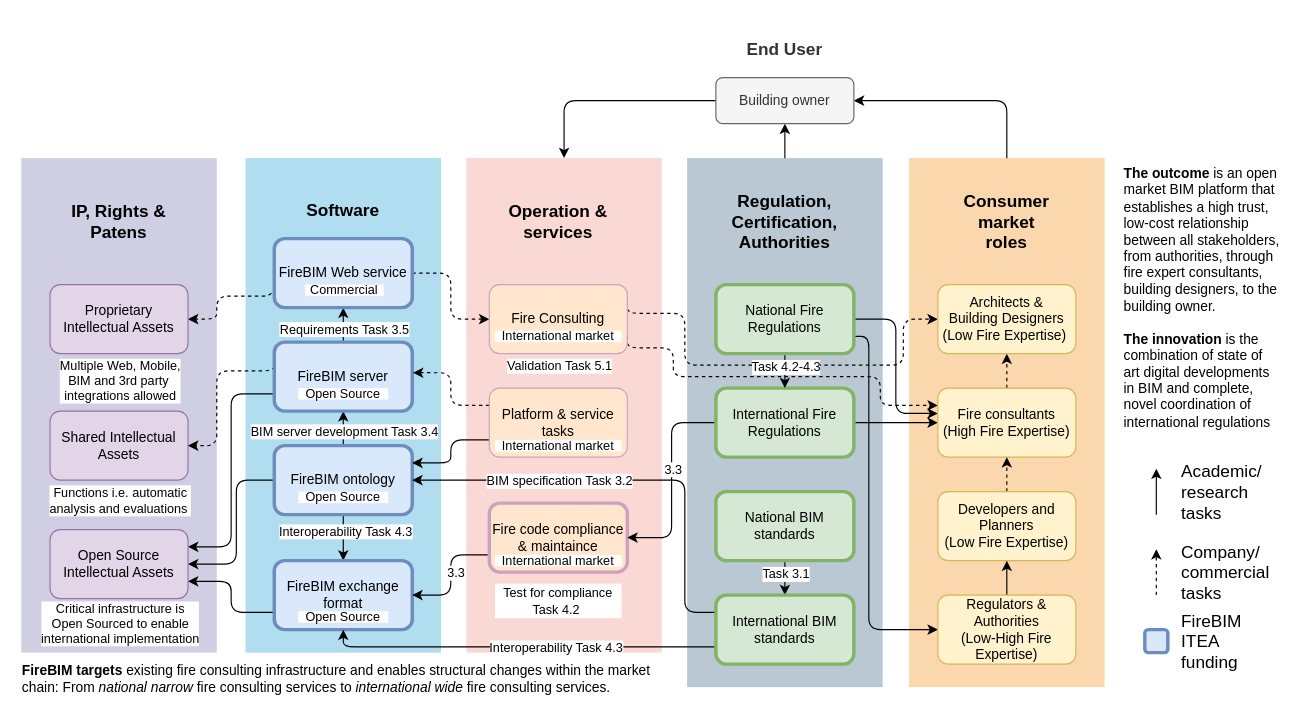
Before: diagram/FireBIM Market Value Chain Lite.drawio in Kristoffernegendahl/fireBIM, a draw.io diagram. Source tidied: cells renumbered, new cells numbered last; positions are measured from the earlier drawing's top-left corner, leaving out a move shared by most shapes. Both pictures are drawn from the tidied source at 115%, with x=0, y=0 at pixel (20, 20).
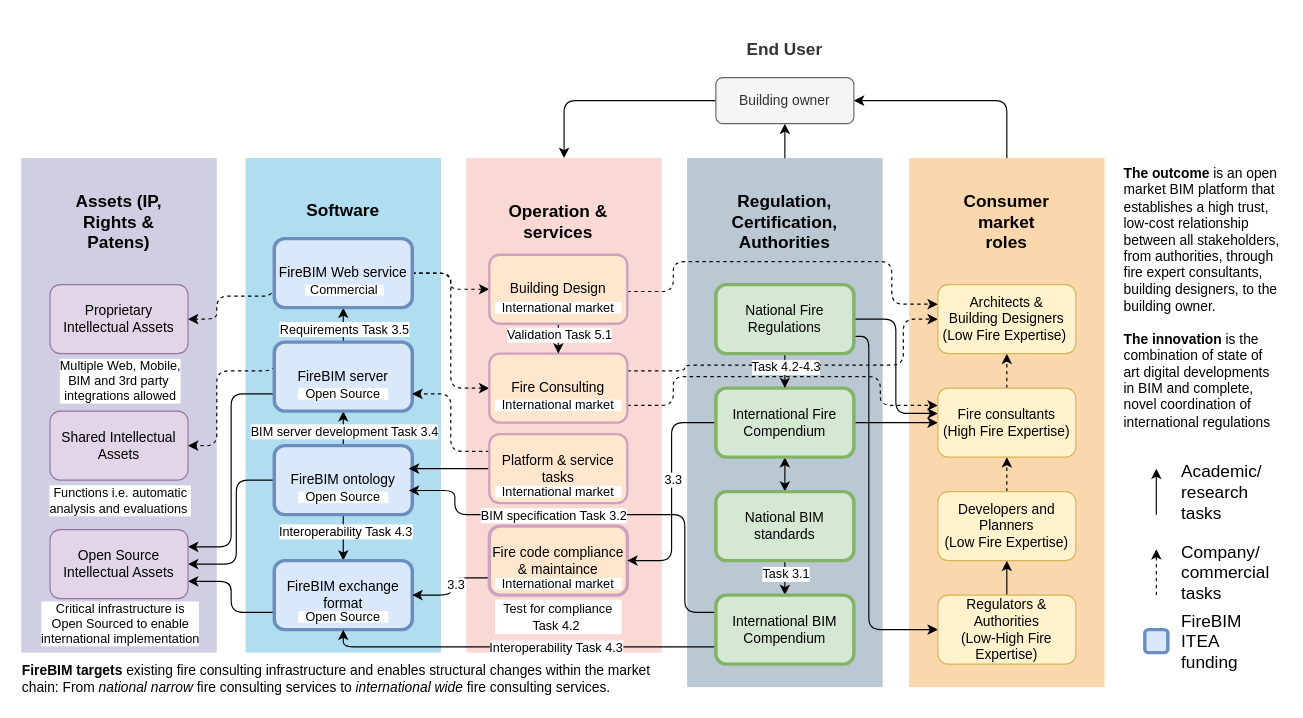
Above is the later version.

The change refers to these unchanged cells:
```xml
<mxCell id="13" value="FireBIM ontology" style="rounded=1;whiteSpace=wrap;html=1;fillColor=#dae8fc;strokeColor=#6c8ebf;strokeWidth=3;" parent="1" vertex="1">
  <mxGeometry x="221" y="370" width="120" height="60" as="geometry" />
</mxCell>
<mxCell id="20" value="FireBIM server" style="rounded=1;whiteSpace=wrap;html=1;fillColor=#dae8fc;strokeColor=#6c8ebf;strokeWidth=3;" parent="1" vertex="1">
  <mxGeometry x="221" y="280" width="120" height="60" as="geometry" />
</mxCell>
<mxCell id="23" value="FireBIM Web service" style="rounded=1;whiteSpace=wrap;html=1;fillColor=#dae8fc;strokeColor=#6c8ebf;strokeWidth=3;" parent="1" vertex="1">
  <mxGeometry x="221" y="190" width="120" height="60" as="geometry" />
</mxCell>
<mxCell id="31" style="edgeStyle=orthogonalEdgeStyle;rounded=1;jettySize=auto;html=1;exitX=0;exitY=0.75;exitDx=0;exitDy=0;entryX=1;entryY=0.5;entryDx=0;entryDy=0;jumpStyle=none;" parent="1" edge="1" source="33" target="15">
  <mxGeometry relative="1" as="geometry" />
</mxCell>
<mxCell id="46" value="National BIM standards" style="rounded=1;whiteSpace=wrap;html=1;fillColor=#d5e8d4;strokeColor=#82b366;strokeWidth=3;" parent="1" vertex="1">
  <mxGeometry x="605" y="410" width="120" height="60" as="geometry" />
</mxCell>
<mxCell id="60" value="Fire consultants&lt;br&gt;(High Fire&amp;nbsp;Expertise)" style="rounded=1;whiteSpace=wrap;html=1;fillColor=#fff2cc;strokeColor=#d6b656;" parent="1" vertex="1">
  <mxGeometry x="798" y="320" width="120" height="60" as="geometry" />
</mxCell>
<mxCell id="65" value="Architects &amp;amp; &lt;br&gt;Building Designers&lt;br&gt;(Low Fire Expertise)&amp;nbsp;" style="rounded=1;whiteSpace=wrap;html=1;fillColor=#fff2cc;strokeColor=#d6b656;" parent="1" vertex="1">
  <mxGeometry x="798" y="230" width="120" height="60" as="geometry" />
</mxCell>
```

What changed in the source:
```diff
@@
+    <mxCell id="90" style="edgeStyle=orthogonalEdgeStyle;rounded=1;jettySize=auto;html=1;exitX=1;exitY=0.5;exitDx=0;exitDy=0;dashed=1;" parent="1" edge="1" source="23" target="94">
+      <mxGeometry relative="1" as="geometry" />
+    </mxCell>
@@
     <mxCell id="25" style="edgeStyle=orthogonalEdgeStyle;rounded=1;jettySize=auto;html=1;exitX=1;exitY=0.75;exitDx=0;exitDy=0;entryX=0;entryY=0.25;entryDx=0;entryDy=0;dashed=1;" parent="1" edge="1" source="27" target="60">
       <mxGeometry relative="1" as="geometry">
         <Array as="points">
-          <mxPoint x="568" y="285" />
+          <mxPoint x="568" y="335" />
           <mxPoint x="568" y="310" />
           <mxPoint x="748" y="310" />
           <mxPoint x="748" y="335" />
         </Array>
       </mxGeometry>
     </mxCell>
     <mxCell id="26" style="edgeStyle=orthogonalEdgeStyle;rounded=1;jettySize=auto;html=1;exitX=1;exitY=0.25;exitDx=0;exitDy=0;entryX=0;entryY=0.5;entryDx=0;entryDy=0;dashed=1;" parent="1" edge="1" source="27" target="65">
       <mxGeometry relative="1" as="geometry">
         <Array as="points">
-          <mxPoint x="578" y="255" />
+          <mxPoint x="578" y="305" />
           <mxPoint x="578" y="300" />
           <mxPoint x="768" y="300" />
           <mxPoint x="768" y="260" />
         </Array>
       </mxGeometry>
     </mxCell>
-    <mxCell id="27" value="Fire Consulting" style="rounded=1;whiteSpace=wrap;html=1;fillColor=#ffe6cc;strokeColor=#CDA2BE;" parent="1" vertex="1">
-      <mxGeometry x="408" y="230" width="120" height="60" as="geometry" />
+    <mxCell id="27" value="Fire Consulting" style="rounded=1;whiteSpace=wrap;html=1;fillColor=#ffe6cc;strokeColor=#CDA2BE;strokeWidth=2;" parent="1" vertex="1">
+      <mxGeometry x="408" y="290" width="120" height="60" as="geometry" />
     </mxCell>
-    <mxCell id="28" style="edgeStyle=orthogonalEdgeStyle;rounded=1;jumpStyle=none;jettySize=auto;html=1;exitX=0;exitY=0.25;exitDx=0;exitDy=0;entryX=1.005;entryY=0.443;entryDx=0;entryDy=0;dashed=1;strokeColor=default;strokeWidth=1;entryPerimeter=0;" parent="1" edge="1" source="30" target="20">
+    <mxCell id="28" style="edgeStyle=orthogonalEdgeStyle;rounded=1;jumpStyle=none;jettySize=auto;html=1;exitX=0;exitY=0.25;exitDx=0;exitDy=0;entryX=1;entryY=0.75;entryDx=0;entryDy=0;dashed=1;strokeColor=default;strokeWidth=1;" parent="1" edge="1" source="30" target="20">
       <mxGeometry relative="1" as="geometry" />
     </mxCell>
-    <mxCell id="29" style="edgeStyle=orthogonalEdgeStyle;rounded=1;jumpStyle=none;jettySize=auto;html=1;exitX=0;exitY=0.75;exitDx=0;exitDy=0;entryX=1;entryY=0.25;entryDx=0;entryDy=0;strokeColor=default;strokeWidth=1;" parent="1" edge="1" source="30" target="13">
-      <mxGeometry relative="1" as="geometry" />
+    <mxCell id="29" style="edgeStyle=orthogonalEdgeStyle;rounded=1;jumpStyle=none;jettySize=auto;html=1;exitX=0;exitY=0.5;exitDx=0;exitDy=0;strokeColor=default;strokeWidth=1;" parent="1" edge="1" source="30">
+      <mxGeometry relative="1" as="geometry">
+        <mxPoint x="338" y="390" as="targetPoint" />
+      </mxGeometry>
     </mxCell>
-    <mxCell id="30" value="Platform &amp;amp; service tasks" style="rounded=1;whiteSpace=wrap;html=1;fillColor=#ffe6cc;strokeColor=#CDA2BE;" parent="1" vertex="1">
-      <mxGeometry x="408" y="320" width="120" height="60" as="geometry" />
+    <mxCell id="30" value="Platform &amp;amp; service tasks" style="rounded=1;whiteSpace=wrap;html=1;fillColor=#ffe6cc;strokeColor=#CDA2BE;strokeWidth=2;" parent="1" vertex="1">
+      <mxGeometry x="408" y="360" width="120" height="60" as="geometry" />
     </mxCell>
@@
     <mxCell id="32" value="3.3" style="edgeLabel;html=1;align=center;verticalAlign=middle;" parent="31" vertex="1">
       <mxGeometry x="0.38" relative="1" as="geometry">
-        <mxPoint x="5" y="-20" as="offset" />
+        <mxPoint x="12" y="-10" as="offset" />
       </mxGeometry>
     </mxCell>
     <mxCell id="33" value="Fire code compliance &amp;amp; maintaince" style="rounded=1;whiteSpace=wrap;html=1;fillColor=#ffe6cc;strokeColor=#CDA2BE;strokeWidth=3;" parent="1" vertex="1">
-      <mxGeometry x="408" y="420" width="120" height="60" as="geometry" />
+      <mxGeometry x="408" y="440" width="120" height="60" as="geometry" />
     </mxCell>
@@
-    <mxCell id="37" value="IP, Rights &amp;amp; Patens" style="rounded=1;whiteSpace=wrap;html=1;arcSize=50;fillColor=none;strokeColor=none;fontStyle=1;fontSize=15;" parent="1" vertex="1">
+    <mxCell id="37" value="&lt;p class=&quot;MsoBodyText&quot;&gt;&lt;b&gt;&lt;span lang=&quot;EN-GB&quot;&gt;Assets&amp;nbsp;&lt;/span&gt;&lt;/b&gt;&lt;b&gt;&lt;span lang=&quot;EN-GB&quot;&gt;(&lt;/span&gt;&lt;/b&gt;&lt;span&gt;IP, Rights &amp;amp; Patens)&lt;/span&gt;&lt;/p&gt;&lt;p class=&quot;MsoBodyText&quot;&gt;&lt;span lang=&quot;EN-GB&quot;&gt;&lt;/span&gt;&lt;/p&gt;" style="rounded=1;whiteSpace=wrap;html=1;arcSize=50;fillColor=none;strokeColor=none;fontStyle=1;fontSize=15;" parent="1" vertex="1">
       <mxGeometry x="26" y="160" width="120" height="30" as="geometry" />
     </mxCell>
@@
+    <mxCell id="91" style="edgeStyle=orthogonalEdgeStyle;rounded=1;jettySize=auto;html=1;exitX=0.5;exitY=1;exitDx=0;exitDy=0;entryX=0.5;entryY=0;entryDx=0;entryDy=0;startArrow=classic;startFill=1;" parent="1" edge="1" source="43" target="46">
+      <mxGeometry relative="1" as="geometry" />
+    </mxCell>
-    <mxCell id="43" value="International Fire Regulations" style="rounded=1;whiteSpace=wrap;html=1;fillColor=#d5e8d4;strokeColor=#82b366;strokeWidth=3;" parent="1" vertex="1">
+    <mxCell id="43" value="International Fire Compendium" style="rounded=1;whiteSpace=wrap;html=1;fillColor=#d5e8d4;strokeColor=#82b366;strokeWidth=3;" parent="1" vertex="1">
       <mxGeometry x="605" y="320" width="120" height="60" as="geometry" />
     </mxCell>
@@
-    <mxCell id="49" style="edgeStyle=orthogonalEdgeStyle;rounded=1;jettySize=auto;html=1;exitX=0;exitY=0.25;exitDx=0;exitDy=0;entryX=1;entryY=0.5;entryDx=0;entryDy=0;" parent="1" edge="1" source="51" target="13">
+    <mxCell id="49" style="edgeStyle=orthogonalEdgeStyle;rounded=1;jettySize=auto;html=1;exitX=0;exitY=0.25;exitDx=0;exitDy=0;" parent="1" edge="1" source="51">
       <mxGeometry relative="1" as="geometry">
+        <mxPoint x="338" y="409" as="targetPoint" />
         <Array as="points">
           <mxPoint x="578" y="515" />
-          <mxPoint x="578" y="400" />
+          <mxPoint x="578" y="430" />
+          <mxPoint x="378" y="430" />
+          <mxPoint x="378" y="409" />
         </Array>
       </mxGeometry>
     </mxCell>
     <mxCell id="50" value="BIM specification Task 3.2" style="edgeLabel;html=1;align=center;verticalAlign=middle;" parent="49" vertex="1">
       <mxGeometry x="0.29" relative="1" as="geometry">
-        <mxPoint x="-8" as="offset" />
+        <mxPoint x="14" as="offset" />
       </mxGeometry>
     </mxCell>
-    <mxCell id="51" value="International BIM standards" style="rounded=1;whiteSpace=wrap;html=1;fillColor=#d5e8d4;strokeColor=#82b366;strokeWidth=3;" parent="1" vertex="1">
+    <mxCell id="51" value="International BIM Compendium" style="rounded=1;whiteSpace=wrap;html=1;fillColor=#d5e8d4;strokeColor=#82b366;strokeWidth=3;" parent="1" vertex="1">
       <mxGeometry x="605" y="500" width="120" height="60" as="geometry" />
     </mxCell>
@@
     <mxCell id="80" value="&lt;span&gt;&lt;font style=&quot;font-size: 11px&quot;&gt;International market&lt;/font&gt;&lt;/span&gt;" style="rounded=0;whiteSpace=wrap;html=1;strokeColor=none;verticalAlign=middle;arcSize=10;" parent="1" vertex="1">
-      <mxGeometry x="413" y="270" width="110" height="10" as="geometry" />
+      <mxGeometry x="413" y="330" width="110" height="10" as="geometry" />
     </mxCell>
-    <mxCell id="81" value="Validation Task 5.1" style="edgeLabel;html=1;align=center;verticalAlign=middle;" parent="1" vertex="1">
-      <mxGeometry x="468" y="300" as="geometry" />
-    </mxCell>
     <mxCell id="82" value="&lt;span&gt;&lt;font style=&quot;font-size: 11px&quot;&gt;International market&lt;/font&gt;&lt;/span&gt;" style="rounded=0;whiteSpace=wrap;html=1;strokeColor=none;verticalAlign=middle;arcSize=10;" parent="1" vertex="1">
-      <mxGeometry x="413" y="365" width="110" height="10" as="geometry" />
+      <mxGeometry x="413" y="405" width="110" height="10" as="geometry" />
     </mxCell>
     <mxCell id="83" value="&lt;span&gt;&lt;font style=&quot;font-size: 11px&quot;&gt;International market&lt;/font&gt;&lt;/span&gt;" style="rounded=0;whiteSpace=wrap;html=1;strokeColor=none;verticalAlign=middle;arcSize=10;" parent="1" vertex="1">
-      <mxGeometry x="413" y="465" width="110" height="10" as="geometry" />
+      <mxGeometry x="413" y="485" width="110" height="10" as="geometry" />
     </mxCell>
     <mxCell id="84" value="&lt;span&gt;&lt;font style=&quot;font-size: 11px&quot;&gt;Test for compliance Task 4.2&amp;nbsp;&lt;/font&gt;&lt;/span&gt;" style="rounded=0;whiteSpace=wrap;html=1;strokeColor=none;verticalAlign=middle;arcSize=10;" parent="1" vertex="1">
-      <mxGeometry x="413" y="490" width="110" height="30" as="geometry" />
+      <mxGeometry x="413" y="504" width="110" height="30" as="geometry" />
     </mxCell>
@@
+    <mxCell id="92" style="edgeStyle=orthogonalEdgeStyle;rounded=0;jettySize=auto;html=1;exitX=0.5;exitY=1;exitDx=0;exitDy=0;" parent="1" edge="1" source="94">
+      <mxGeometry relative="1" as="geometry">
+        <mxPoint x="468" y="290" as="targetPoint" />
+      </mxGeometry>
+    </mxCell>
+    <mxCell id="93" style="edgeStyle=orthogonalEdgeStyle;rounded=1;orthogonalLoop=1;jettySize=auto;html=1;exitX=1;exitY=0.5;exitDx=0;exitDy=0;entryX=0;entryY=0.25;entryDx=0;entryDy=0;startArrow=none;startFill=0;dashed=1;" parent="1" edge="1">
+      <mxGeometry relative="1" as="geometry">
+        <mxPoint x="528" y="236" as="sourcePoint" />
+        <mxPoint x="798" y="247" as="targetPoint" />
+        <Array as="points">
+          <mxPoint x="568" y="236" />
+          <mxPoint x="568" y="210" />
+          <mxPoint x="758" y="210" />
+          <mxPoint x="758" y="247" />
+        </Array>
+      </mxGeometry>
+    </mxCell>
+    <mxCell id="94" value="Building Design" style="rounded=1;whiteSpace=wrap;html=1;fillColor=#ffe6cc;strokeColor=#CDA2BE;strokeWidth=2;" parent="1" vertex="1">
+      <mxGeometry x="408" y="204" width="120" height="60" as="geometry" />
+    </mxCell>
+    <mxCell id="95" value="&lt;span&gt;&lt;font style=&quot;font-size: 11px&quot;&gt;International market&lt;/font&gt;&lt;/span&gt;" style="rounded=0;whiteSpace=wrap;html=1;strokeColor=none;verticalAlign=middle;arcSize=10;" parent="1" vertex="1">
+      <mxGeometry x="413" y="245" width="110" height="10" as="geometry" />
+    </mxCell>
+    <mxCell id="81" value="Validation Task 5.1" style="edgeLabel;html=1;align=center;verticalAlign=middle;" parent="1" vertex="1">
+      <mxGeometry x="468" y="273" as="geometry" />
+    </mxCell>
```
